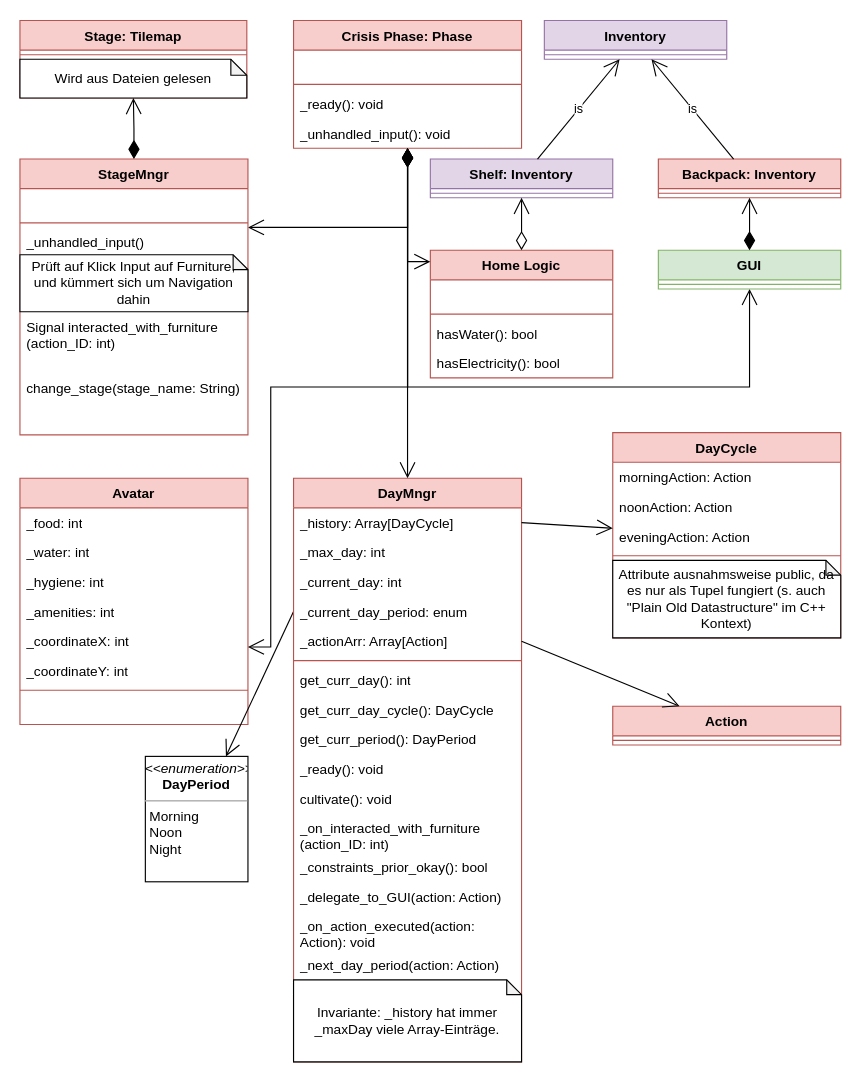
This is page "Crisis Phase" (4 of 5) of doc/emergenCITY_SEArchitecture.drawio from Spexify/emergenCity, a draw.io file, before an edit. Source tidied: cells renumbered, new cells numbered last; positions are measured from the earlier drawing's top-left corner, leaving out a move shared by most shapes. Both pictures are drawn from the tidied source at 114%, with x=0, y=0 at pixel (19, 19).
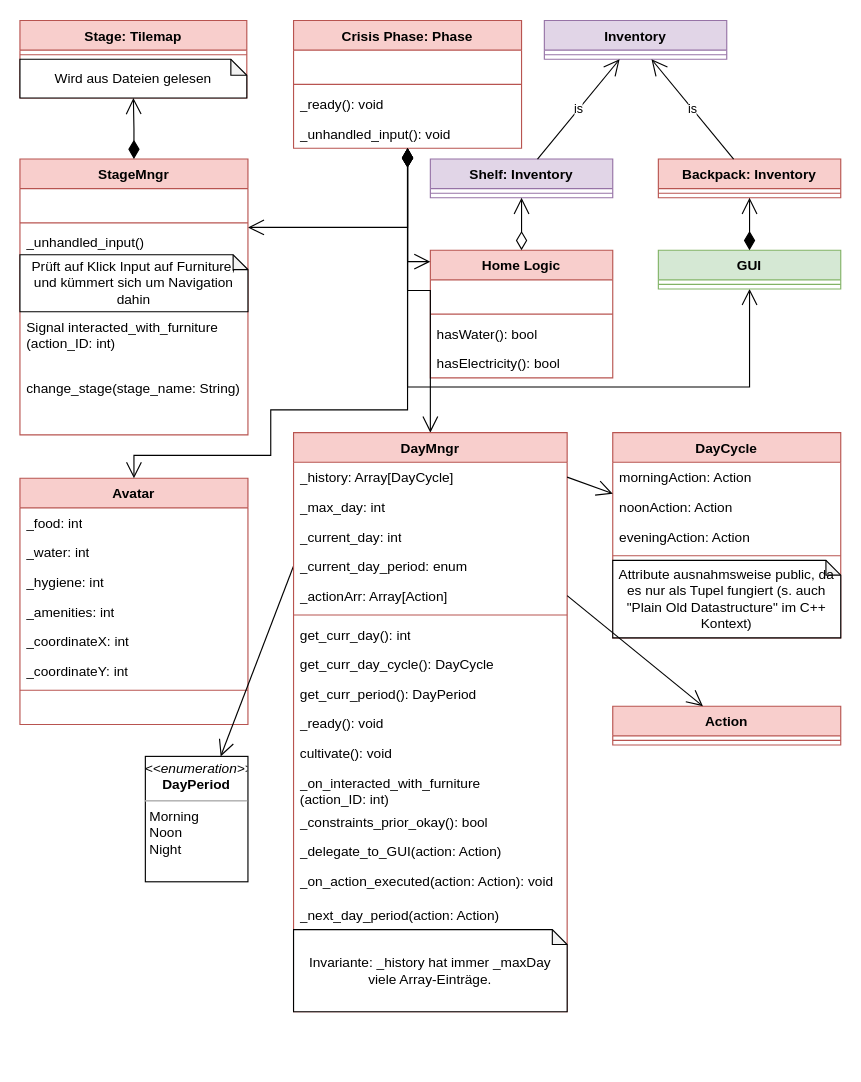
Above is the later version.

Unchanged cells that the change refers to:
```xml
<mxCell id="2" value="Crisis Phase: Phase" style="swimlane;fontStyle=1;align=center;verticalAlign=top;horizontal=1;startSize=26;whiteSpace=wrap;html=1;fillColor=#f8cecc;strokeColor=#b85450;" parent="1" vertex="1">
  <mxGeometry x="240" y="0.5" width="200" height="112" as="geometry" />
</mxCell>
<mxCell id="7" value="Avatar" style="swimlane;fontStyle=1;align=center;verticalAlign=top;horizontal=1;startSize=26;whiteSpace=wrap;html=1;fillColor=#f8cecc;strokeColor=#b85450;" parent="1" vertex="1">
  <mxGeometry y="402" width="200" height="216" as="geometry" />
</mxCell>
```

The edit, as a diff of the source:
```diff
@@
-    <mxCell id="25" style="endArrow=open;html=1;endSize=12;startArrow=diamondThin;startSize=14;startFill=1;edgeStyle=orthogonalEdgeStyle;align=left;verticalAlign=bottom;rounded=0;" parent="1" edge="1" source="2" target="7">
+    <mxCell id="25" style="endArrow=open;html=1;endSize=12;startArrow=diamondThin;startSize=14;startFill=1;edgeStyle=orthogonalEdgeStyle;align=left;verticalAlign=bottom;rounded=0;entryX=0.5;entryY=0;entryDx=0;entryDy=0;" parent="1" edge="1" source="2" target="7">
       <mxGeometry x="0.96" y="-10" relative="1" as="geometry">
         <Array as="points">
-          <mxPoint x="340" y="322" />
-          <mxPoint x="220" y="322" />
-          <mxPoint x="220" y="550" />
+          <mxPoint x="340" y="342" />
+          <mxPoint x="220" y="342" />
+          <mxPoint x="220" y="382" />
+          <mxPoint x="100" y="382" />
         </Array>
         <mxPoint y="1" as="offset" />
       </mxGeometry>
     </mxCell>
@@
     <mxCell id="52" value="DayMngr" style="swimlane;fontStyle=1;align=center;verticalAlign=top;horizontal=1;startSize=26;whiteSpace=wrap;html=1;fillColor=#f8cecc;strokeColor=#b85450;" parent="1" vertex="1">
-      <mxGeometry x="240" y="402" width="200" height="512" as="geometry" />
+      <mxGeometry x="240" y="362" width="240" height="508" as="geometry" />
     </mxCell>
     <mxCell id="53" value="_history: Array[DayCycle]" style="text;strokeColor=none;fillColor=none;align=left;verticalAlign=top;spacingLeft=4;spacingRight=4;overflow=hidden;points=[[0,0.5],[1,0.5]];portConstraint=eastwest;whiteSpace=wrap;html=1;" parent="52" vertex="1">
-      <mxGeometry y="26" width="200" height="26" as="geometry" />
+      <mxGeometry y="26" width="240" height="26" as="geometry" />
     </mxCell>
     <mxCell id="54" value="_max_day: int" style="text;strokeColor=none;fillColor=none;align=left;verticalAlign=top;spacingLeft=4;spacingRight=4;overflow=hidden;whiteSpace=wrap;html=1;" parent="52" vertex="1">
-      <mxGeometry y="52" width="200" height="26" as="geometry" />
+      <mxGeometry y="52" width="240" height="26" as="geometry" />
     </mxCell>
     <mxCell id="55" value="_current_day: int" style="text;strokeColor=none;fillColor=none;align=left;verticalAlign=top;spacingLeft=4;spacingRight=4;overflow=hidden;whiteSpace=wrap;html=1;" parent="52" vertex="1">
-      <mxGeometry y="78" width="200" height="26" as="geometry" />
+      <mxGeometry y="78" width="240" height="26" as="geometry" />
     </mxCell>
     <mxCell id="56" value="_current_day_period: enum" style="text;strokeColor=none;fillColor=none;align=left;verticalAlign=top;spacingLeft=4;spacingRight=4;overflow=hidden;points=[[0,0.5],[1,0.5]];portConstraint=eastwest;whiteSpace=wrap;html=1;" parent="52" vertex="1">
-      <mxGeometry y="104" width="200" height="26" as="geometry" />
+      <mxGeometry y="104" width="240" height="26" as="geometry" />
     </mxCell>
     <mxCell id="57" value="_actionArr: Array[Action]" style="text;strokeColor=none;fillColor=none;align=left;verticalAlign=top;spacingLeft=4;spacingRight=4;overflow=hidden;points=[[0,0.5],[1,0.5]];portConstraint=eastwest;whiteSpace=wrap;html=1;" parent="52" vertex="1">
-      <mxGeometry y="130" width="200" height="26" as="geometry" />
+      <mxGeometry y="130" width="240" height="26" as="geometry" />
     </mxCell>
     <mxCell id="58" style="line;strokeWidth=1;fillColor=none;align=left;verticalAlign=middle;spacingTop=-1;spacingLeft=3;spacingRight=3;labelPosition=right;strokeColor=inherit;" parent="52" vertex="1">
-      <mxGeometry y="156" width="200" height="8" as="geometry" />
+      <mxGeometry y="156" width="240" height="8" as="geometry" />
     </mxCell>
     <mxCell id="59" value="get_curr_day(): int" style="text;strokeColor=none;fillColor=none;align=left;verticalAlign=top;spacingLeft=4;spacingRight=4;overflow=hidden;whiteSpace=wrap;html=1;" parent="52" vertex="1">
-      <mxGeometry y="164" width="200" height="26" as="geometry" />
+      <mxGeometry y="164" width="240" height="26" as="geometry" />
     </mxCell>
     <mxCell id="60" value="get_curr_day_cycle(): DayCycle" style="text;strokeColor=none;fillColor=none;align=left;verticalAlign=top;spacingLeft=4;spacingRight=4;overflow=hidden;whiteSpace=wrap;html=1;" parent="52" vertex="1">
-      <mxGeometry y="190" width="200" height="26" as="geometry" />
+      <mxGeometry y="190" width="240" height="26" as="geometry" />
     </mxCell>
     <mxCell id="61" value="get_curr_period(): DayPeriod" style="text;strokeColor=none;fillColor=none;align=left;verticalAlign=top;spacingLeft=4;spacingRight=4;overflow=hidden;whiteSpace=wrap;html=1;" parent="52" vertex="1">
-      <mxGeometry y="216" width="200" height="26" as="geometry" />
+      <mxGeometry y="216" width="240" height="26" as="geometry" />
     </mxCell>
     <mxCell id="62" value="_ready(): void" style="text;strokeColor=none;fillColor=none;align=left;verticalAlign=top;spacingLeft=4;spacingRight=4;overflow=hidden;whiteSpace=wrap;html=1;" parent="52" vertex="1">
-      <mxGeometry y="242" width="200" height="26" as="geometry" />
+      <mxGeometry y="242" width="240" height="26" as="geometry" />
     </mxCell>
     <mxCell id="63" value="cultivate(): void" style="text;strokeColor=none;fillColor=none;align=left;verticalAlign=top;spacingLeft=4;spacingRight=4;overflow=hidden;whiteSpace=wrap;html=1;" parent="52" vertex="1">
-      <mxGeometry y="268" width="200" height="26" as="geometry" />
+      <mxGeometry y="268" width="240" height="26" as="geometry" />
     </mxCell>
     <mxCell id="64" value="_on_interacted_with_furniture&lt;br&gt;(action_ID: int)" style="text;strokeColor=none;fillColor=none;align=left;verticalAlign=top;spacingLeft=4;spacingRight=4;overflow=hidden;whiteSpace=wrap;html=1;" parent="52" vertex="1">
-      <mxGeometry y="294" width="200" height="34" as="geometry" />
+      <mxGeometry y="294" width="240" height="34" as="geometry" />
     </mxCell>
     <mxCell id="65" value="_constraints_prior_okay(): bool" style="text;strokeColor=none;fillColor=none;align=left;verticalAlign=top;spacingLeft=4;spacingRight=4;overflow=hidden;whiteSpace=wrap;html=1;" parent="52" vertex="1">
-      <mxGeometry y="328" width="200" height="26" as="geometry" />
+      <mxGeometry y="328" width="240" height="26" as="geometry" />
     </mxCell>
     <mxCell id="66" value="_delegate_to_GUI(action: Action)" style="text;strokeColor=none;fillColor=none;align=left;verticalAlign=top;spacingLeft=4;spacingRight=4;overflow=hidden;whiteSpace=wrap;html=1;" parent="52" vertex="1">
-      <mxGeometry y="354" width="200" height="26" as="geometry" />
+      <mxGeometry y="354" width="240" height="26" as="geometry" />
     </mxCell>
     <mxCell id="67" value="_on_action_executed(action: Action): void" style="text;strokeColor=none;fillColor=none;align=left;verticalAlign=top;spacingLeft=4;spacingRight=4;overflow=hidden;whiteSpace=wrap;html=1;" parent="52" vertex="1">
-      <mxGeometry y="380" width="200" height="34" as="geometry" />
+      <mxGeometry y="380" width="240" height="30" as="geometry" />
     </mxCell>
     <mxCell id="68" value="_next_day_period(action: Action)" style="text;strokeColor=none;fillColor=none;align=left;verticalAlign=top;spacingLeft=4;spacingRight=4;overflow=hidden;whiteSpace=wrap;html=1;" parent="52" vertex="1">
-      <mxGeometry y="414" width="200" height="26" as="geometry" />
+      <mxGeometry y="410" width="240" height="26" as="geometry" />
     </mxCell>
     <mxCell id="69" value="Invariante: _history hat immer _maxDay viele Array-Einträge." style="shape=note;whiteSpace=wrap;html=1;backgroundOutline=1;darkOpacity=0.05;size=13;" parent="52" vertex="1">
-      <mxGeometry y="440" width="200" height="72" as="geometry" />
+      <mxGeometry y="436" width="240" height="72" as="geometry" />
     </mxCell>
```
